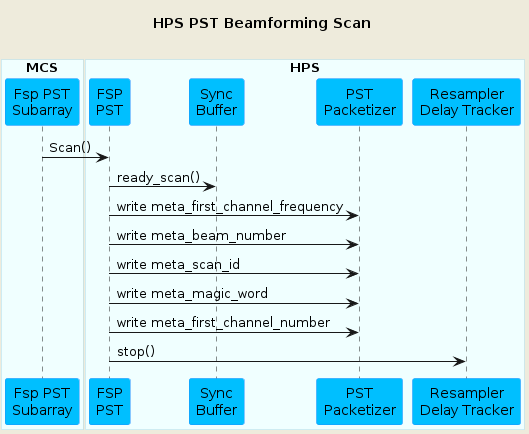
This is docs/src/diagrams/scan-pst-hps-fsp.png from ska-telescope/mid-cbf-mcs, a PlantUML export, as it was before one commit.
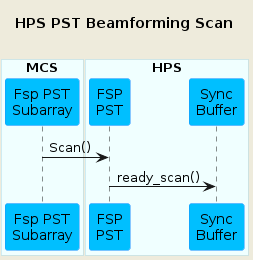
The same file after the commit.

Commit message:
CIP-2849: Updated diagrams to better reflect paths

What changed in the source:
```diff
@@ -19,17 +19,9 @@
 box "HPS"
 participant "FSP\nPST" as hpsfsppst
 participant "Sync\nBuffer" as buffer
-participant "PST\nPacketizer" as packetizer
-participant "Resampler\nDelay Tracker" as rdt
 end box
 
 fsppst     -> hpsfsppst   : Scan()
 hpsfsppst  -> buffer      : ready_scan()
-hpsfsppst  -> packetizer  : write meta_first_channel_frequency
-hpsfsppst  -> packetizer  : write meta_beam_number
-hpsfsppst  -> packetizer  : write meta_scan_id
-hpsfsppst  -> packetizer  : write meta_magic_word
-hpsfsppst  -> packetizer  : write meta_first_channel_number
-hpsfsppst  -> rdt         : stop()
 
 @enduml
```
